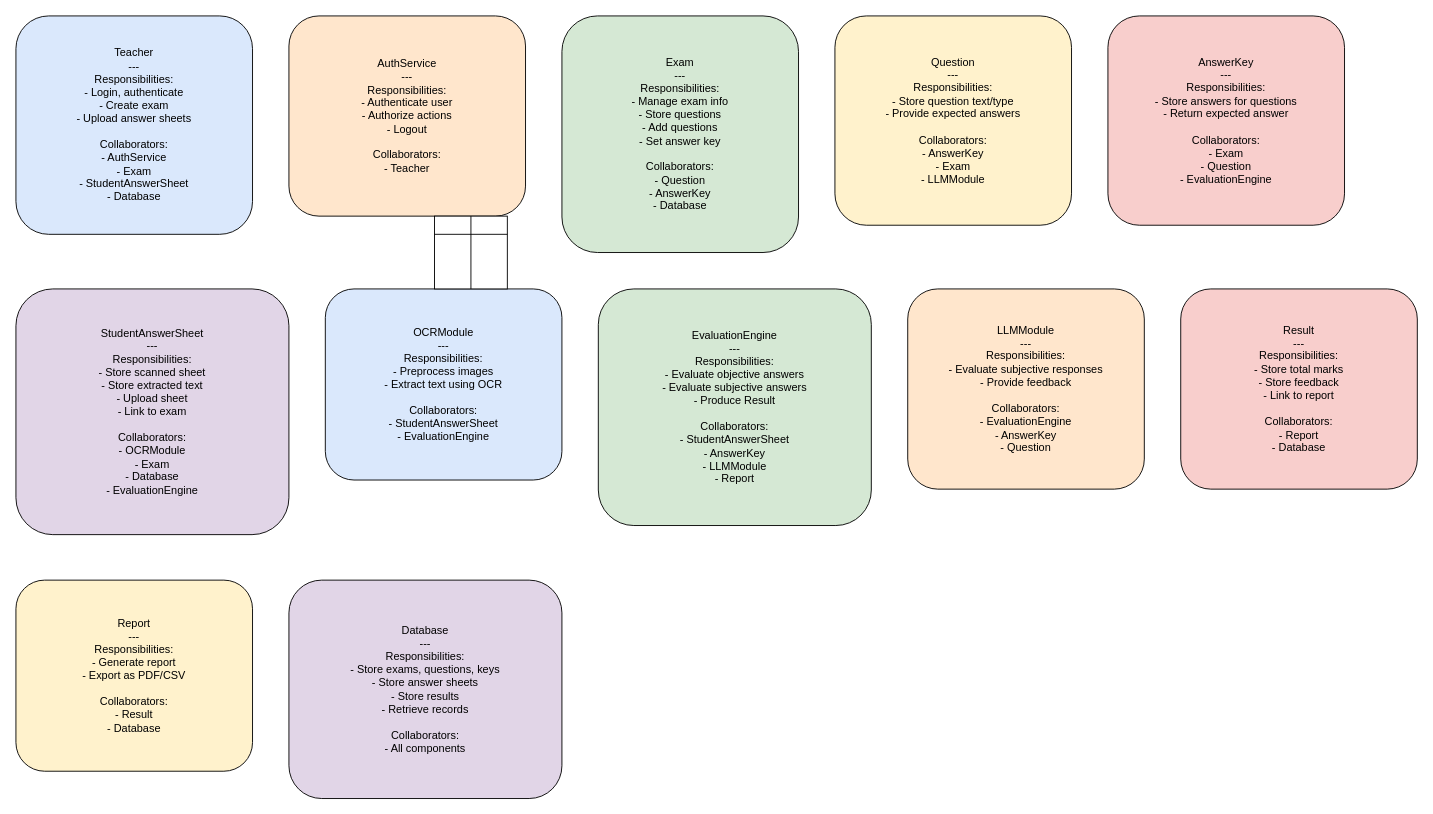
Earlier version of the draw.io diagram crc.drawio (PratyayforDS/Software-Engineering-Project). Source tidied: cells renumbered, new cells numbered last; positions are measured from the earlier drawing's top-left corner, leaving out a move shared by most shapes. Both pictures are drawn from the tidied source at 91%, with x=0, y=0 at pixel (15, 15).
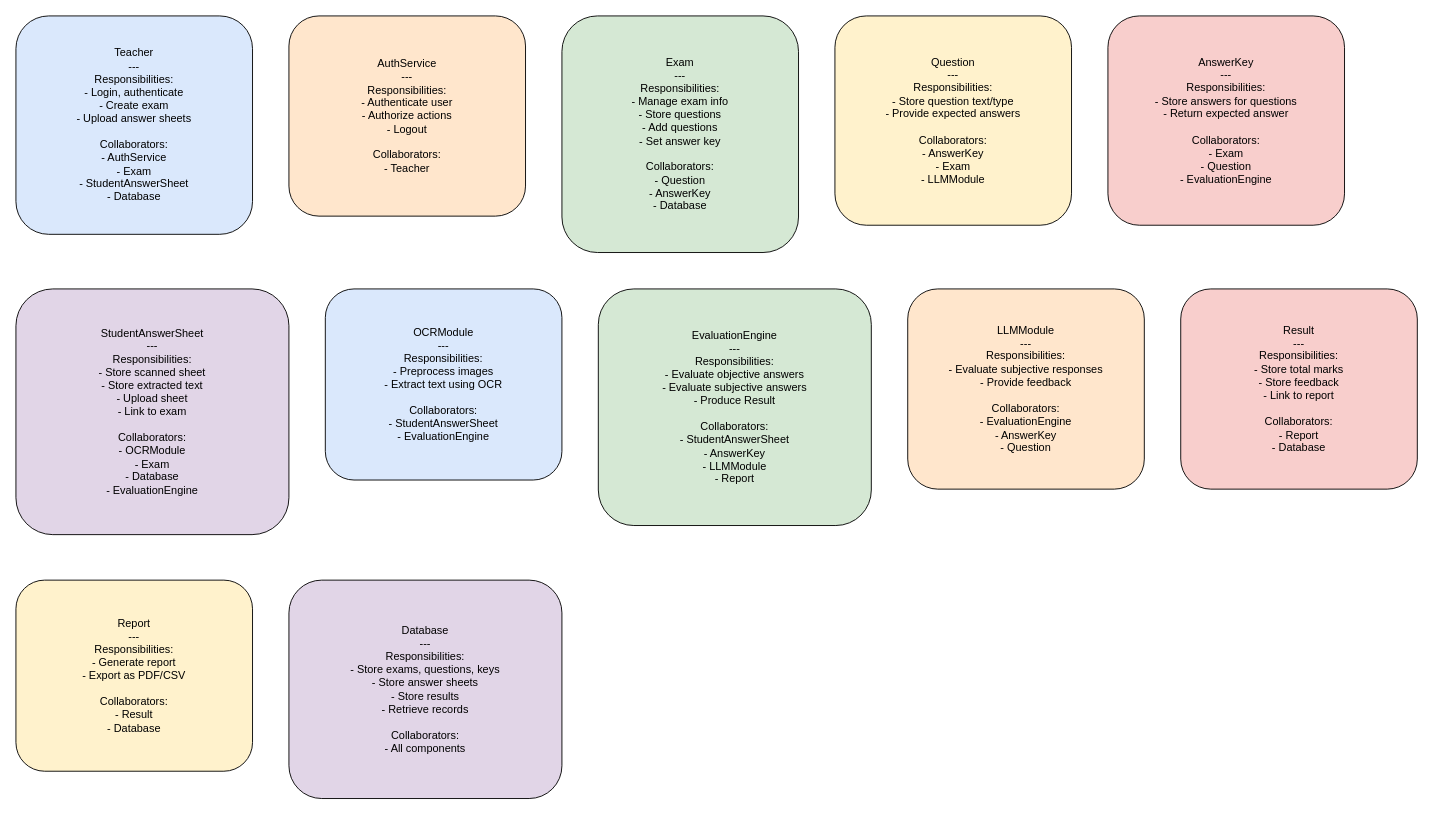
After the change.

Diff of the diagram source:
```diff
@@
 <mxGraphModel>
   <root>
     <mxCell id="0" />
     <mxCell id="1" parent="0" />
     <mxCell id="2" value="Teacher&#10;---&#10;Responsibilities:&#10;- Login, authenticate&#10;- Create exam&#10;- Upload answer sheets&#10;&#10;Collaborators:&#10;- AuthService&#10;- Exam&#10;- StudentAnswerSheet&#10;- Database" style="rounded=1;whiteSpace=wrap;html=1;fillColor=#dae8fc;" parent="1" vertex="1">
       <mxGeometry width="260" height="240" as="geometry" />
     </mxCell>
     <mxCell id="3" value="AuthService&#10;---&#10;Responsibilities:&#10;- Authenticate user&#10;- Authorize actions&#10;- Logout&#10;&#10;Collaborators:&#10;- Teacher" style="rounded=1;whiteSpace=wrap;html=1;fillColor=#ffe6cc;" parent="1" vertex="1">
       <mxGeometry x="300" width="260" height="220" as="geometry" />
     </mxCell>
     <mxCell id="4" value="Exam&#10;---&#10;Responsibilities:&#10;- Manage exam info&#10;- Store questions&#10;- Add questions&#10;- Set answer key&#10;&#10;Collaborators:&#10;- Question&#10;- AnswerKey&#10;- Database" style="rounded=1;whiteSpace=wrap;html=1;fillColor=#d5e8d4;" parent="1" vertex="1">
       <mxGeometry x="600" width="260" height="260" as="geometry" />
     </mxCell>
     <mxCell id="5" value="Question&#10;---&#10;Responsibilities:&#10;- Store question text/type&#10;- Provide expected answers&#10;&#10;Collaborators:&#10;- AnswerKey&#10;- Exam&#10;- LLMModule" style="rounded=1;whiteSpace=wrap;html=1;fillColor=#fff2cc;" parent="1" vertex="1">
       <mxGeometry x="900" width="260" height="230" as="geometry" />
     </mxCell>
     <mxCell id="6" value="AnswerKey&#10;---&#10;Responsibilities:&#10;- Store answers for questions&#10;- Return expected answer&#10;&#10;Collaborators:&#10;- Exam&#10;- Question&#10;- EvaluationEngine" style="rounded=1;whiteSpace=wrap;html=1;fillColor=#f8cecc;" parent="1" vertex="1">
       <mxGeometry x="1200" width="260" height="230" as="geometry" />
     </mxCell>
     <mxCell id="7" value="StudentAnswerSheet&#10;---&#10;Responsibilities:&#10;- Store scanned sheet&#10;- Store extracted text&#10;- Upload sheet&#10;- Link to exam&#10;&#10;Collaborators:&#10;- OCRModule&#10;- Exam&#10;- Database&#10;- EvaluationEngine" style="rounded=1;whiteSpace=wrap;html=1;fillColor=#e1d5e7;" parent="1" vertex="1">
       <mxGeometry y="300" width="300" height="270" as="geometry" />
     </mxCell>
     <mxCell id="8" value="OCRModule&#10;---&#10;Responsibilities:&#10;- Preprocess images&#10;- Extract text using OCR&#10;&#10;Collaborators:&#10;- StudentAnswerSheet&#10;- EvaluationEngine" style="rounded=1;whiteSpace=wrap;html=1;fillColor=#dae8fc;" parent="1" vertex="1">
       <mxGeometry x="340" y="300" width="260" height="210" as="geometry" />
     </mxCell>
     <mxCell id="9" value="EvaluationEngine&#10;---&#10;Responsibilities:&#10;- Evaluate objective answers&#10;- Evaluate subjective answers&#10;- Produce Result&#10;&#10;Collaborators:&#10;- StudentAnswerSheet&#10;- AnswerKey&#10;- LLMModule&#10;- Report" style="rounded=1;whiteSpace=wrap;html=1;fillColor=#d5e8d4;" parent="1" vertex="1">
       <mxGeometry x="640" y="300" width="300" height="260" as="geometry" />
     </mxCell>
     <mxCell id="10" value="LLMModule&#10;---&#10;Responsibilities:&#10;- Evaluate subjective responses&#10;- Provide feedback&#10;&#10;Collaborators:&#10;- EvaluationEngine&#10;- AnswerKey&#10;- Question" style="rounded=1;whiteSpace=wrap;html=1;fillColor=#ffe6cc;" parent="1" vertex="1">
       <mxGeometry x="980" y="300" width="260" height="220" as="geometry" />
     </mxCell>
     <mxCell id="11" value="Result&#10;---&#10;Responsibilities:&#10;- Store total marks&#10;- Store feedback&#10;- Link to report&#10;&#10;Collaborators:&#10;- Report&#10;- Database" style="rounded=1;whiteSpace=wrap;html=1;fillColor=#f8cecc;" parent="1" vertex="1">
       <mxGeometry x="1280" y="300" width="260" height="220" as="geometry" />
     </mxCell>
     <mxCell id="12" value="Report&#10;---&#10;Responsibilities:&#10;- Generate report&#10;- Export as PDF/CSV&#10;&#10;Collaborators:&#10;- Result&#10;- Database" style="rounded=1;whiteSpace=wrap;html=1;fillColor=#fff2cc;" parent="1" vertex="1">
       <mxGeometry y="620" width="260" height="210" as="geometry" />
     </mxCell>
     <mxCell id="13" value="Database&#10;---&#10;Responsibilities:&#10;- Store exams, questions, keys&#10;- Store answer sheets&#10;- Store results&#10;- Retrieve records&#10;&#10;Collaborators:&#10;- All components" style="rounded=1;whiteSpace=wrap;html=1;fillColor=#e1d5e7;" parent="1" vertex="1">
       <mxGeometry x="300" y="620" width="300" height="240" as="geometry" />
     </mxCell>
-    <mxCell id="14" style="shape=internalStorage;whiteSpace=wrap;html=1;backgroundOutline=1;dx=40;dy=20;" parent="1" vertex="1">
-      <mxGeometry x="460" y="220" width="80" height="80" as="geometry" />
-    </mxCell>
   </root>
 </mxGraphModel>
```
